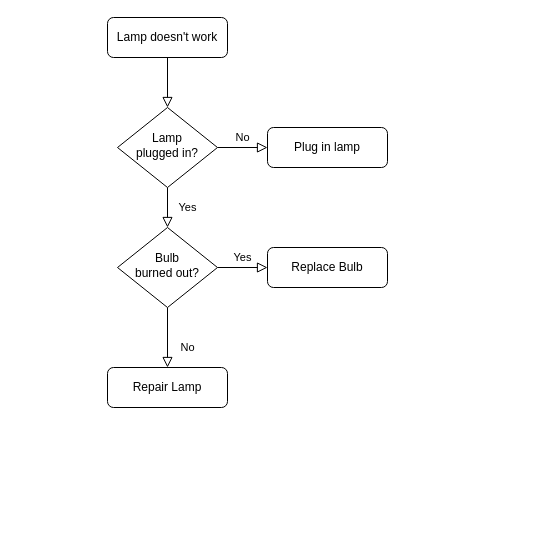
Earlier version of the draw.io diagram devopts.drawio (AhXianGL/draw.io). Source tidied: cells renumbered, new cells numbered last; positions are measured from the earlier drawing's top-left corner, leaving out a move shared by most shapes. Both pictures are drawn from the tidied source at 100%, with x=0, y=0 at pixel (107, 17).
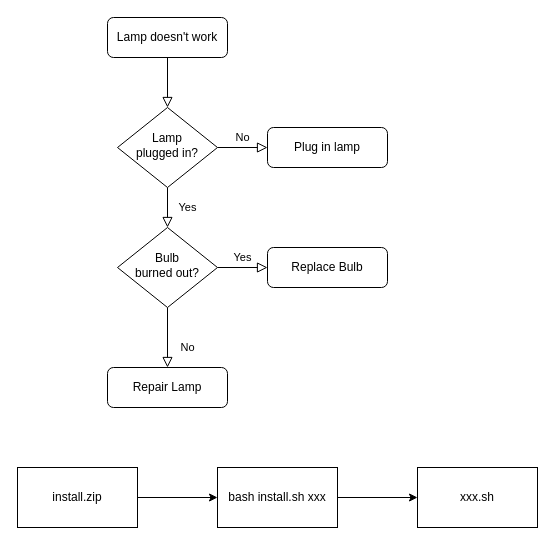
The same page after the edit.

Diff of the diagram source:
```diff
@@
 <mxGraphModel>
   <root>
     <mxCell id="0" />
     <mxCell id="1" parent="0" />
     <mxCell id="2" style="rounded=0;html=1;jettySize=auto;fontSize=11;endArrow=block;endFill=0;endSize=8;strokeWidth=1;shadow=0;labelBackgroundColor=none;edgeStyle=orthogonalEdgeStyle;" parent="1" edge="1" source="3" target="6">
       <mxGeometry relative="1" as="geometry" />
     </mxCell>
     <mxCell id="3" value="Lamp doesn't work" style="rounded=1;whiteSpace=wrap;html=1;fontSize=12;glass=0;strokeWidth=1;shadow=0;" parent="1" vertex="1">
       <mxGeometry width="120" height="40" as="geometry" />
     </mxCell>
     <mxCell id="4" value="Yes" style="rounded=0;html=1;jettySize=auto;fontSize=11;endArrow=block;endFill=0;endSize=8;strokeWidth=1;shadow=0;labelBackgroundColor=none;edgeStyle=orthogonalEdgeStyle;" parent="1" edge="1" source="6" target="10">
       <mxGeometry y="20" relative="1" as="geometry" />
     </mxCell>
     <mxCell id="5" value="No" style="edgeStyle=orthogonalEdgeStyle;rounded=0;html=1;jettySize=auto;fontSize=11;endArrow=block;endFill=0;endSize=8;strokeWidth=1;shadow=0;labelBackgroundColor=none;" parent="1" edge="1" source="6" target="7">
       <mxGeometry y="10" relative="1" as="geometry" />
     </mxCell>
     <mxCell id="6" value="Lamp&lt;br&gt;plugged in?" style="rhombus;whiteSpace=wrap;html=1;shadow=0;fontFamily=Helvetica;fontSize=12;align=center;strokeWidth=1;spacing=6;spacingTop=-4;" parent="1" vertex="1">
       <mxGeometry x="10" y="90" width="100" height="80" as="geometry" />
     </mxCell>
     <mxCell id="7" value="Plug in lamp" style="rounded=1;whiteSpace=wrap;html=1;fontSize=12;glass=0;strokeWidth=1;shadow=0;" parent="1" vertex="1">
       <mxGeometry x="160" y="110" width="120" height="40" as="geometry" />
     </mxCell>
     <mxCell id="8" value="No" style="rounded=0;html=1;jettySize=auto;fontSize=11;endArrow=block;endFill=0;endSize=8;strokeWidth=1;shadow=0;labelBackgroundColor=none;edgeStyle=orthogonalEdgeStyle;" parent="1" edge="1" source="10" target="11">
       <mxGeometry x="0.33" y="20" relative="1" as="geometry" />
     </mxCell>
     <mxCell id="9" value="Yes" style="edgeStyle=orthogonalEdgeStyle;rounded=0;html=1;jettySize=auto;fontSize=11;endArrow=block;endFill=0;endSize=8;strokeWidth=1;shadow=0;labelBackgroundColor=none;" parent="1" edge="1" source="10" target="12">
       <mxGeometry y="10" relative="1" as="geometry" />
     </mxCell>
     <mxCell id="10" value="Bulb&lt;br&gt;burned out?" style="rhombus;whiteSpace=wrap;html=1;shadow=0;fontFamily=Helvetica;fontSize=12;align=center;strokeWidth=1;spacing=6;spacingTop=-4;" parent="1" vertex="1">
       <mxGeometry x="10" y="210" width="100" height="80" as="geometry" />
     </mxCell>
     <mxCell id="11" value="Repair Lamp" style="rounded=1;whiteSpace=wrap;html=1;fontSize=12;glass=0;strokeWidth=1;shadow=0;" parent="1" vertex="1">
       <mxGeometry y="350" width="120" height="40" as="geometry" />
     </mxCell>
     <mxCell id="12" value="Replace Bulb" style="rounded=1;whiteSpace=wrap;html=1;fontSize=12;glass=0;strokeWidth=1;shadow=0;" parent="1" vertex="1">
       <mxGeometry x="160" y="230" width="120" height="40" as="geometry" />
     </mxCell>
+    <mxCell id="13" style="edgeStyle=orthogonalEdgeStyle;rounded=0;jettySize=auto;html=1;" parent="1" edge="1" source="14" target="16">
+      <mxGeometry relative="1" as="geometry" />
+    </mxCell>
+    <mxCell id="14" value="install.zip" style="rounded=0;whiteSpace=wrap;html=1;" parent="1" vertex="1">
+      <mxGeometry x="-90" y="450" width="120" height="60" as="geometry" />
+    </mxCell>
+    <mxCell id="15" style="edgeStyle=orthogonalEdgeStyle;rounded=0;jettySize=auto;html=1;" parent="1" edge="1" source="16" target="17">
+      <mxGeometry relative="1" as="geometry" />
+    </mxCell>
+    <mxCell id="16" value="bash install.sh xxx" style="rounded=0;whiteSpace=wrap;html=1;" parent="1" vertex="1">
+      <mxGeometry x="110" y="450" width="120" height="60" as="geometry" />
+    </mxCell>
+    <mxCell id="17" value="xxx.sh" style="rounded=0;whiteSpace=wrap;html=1;" parent="1" vertex="1">
+      <mxGeometry x="310" y="450" width="120" height="60" as="geometry" />
+    </mxCell>
   </root>
 </mxGraphModel>
```
